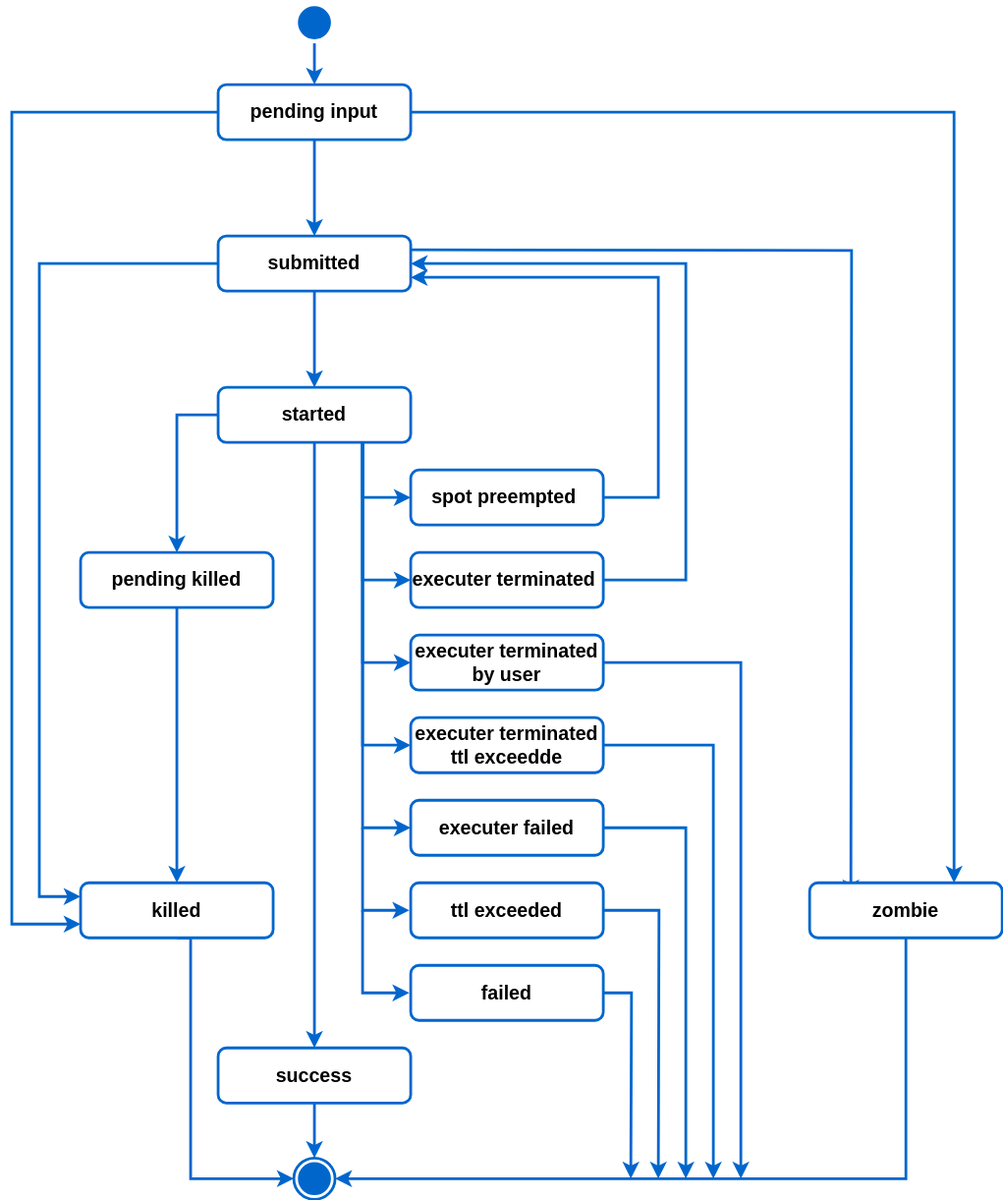
Earlier version of the draw.io export tutorials/_static/task_state.svg (inductiva/inductiva). Source tidied: cells renumbered, new cells last; positions are measured from the earlier drawing's top-left corner, leaving out a move shared by most shapes.
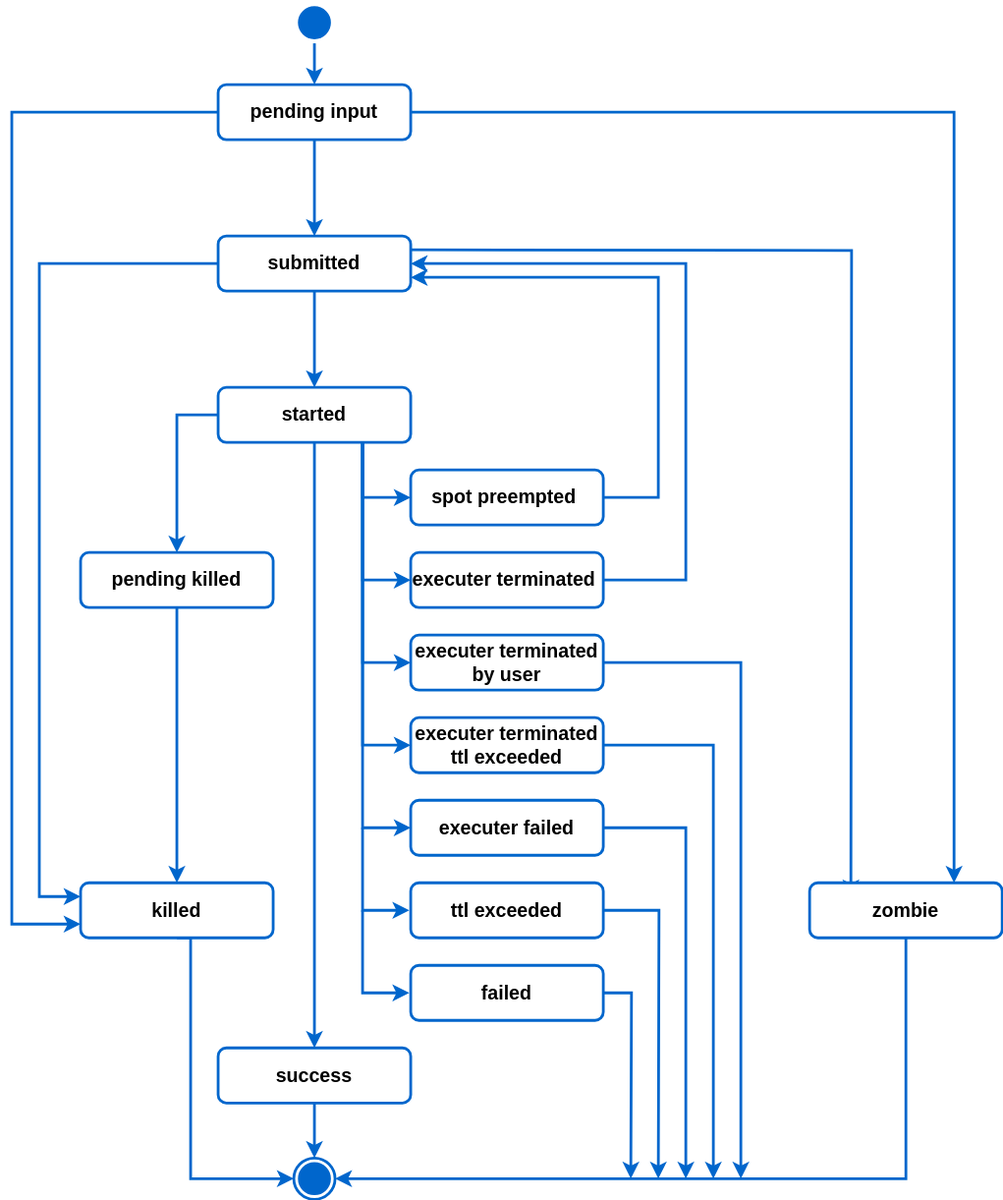
Above is the later version.

Commit message:
Fix typo in task state diagram

Diff of the diagram source:
```diff
@@ -120,7 +120,7 @@
         </Array>
       </mxGeometry>
     </mxCell>
-    <mxCell id="29" value="&lt;font style=&quot;font-size: 14px;&quot; face=&quot;Helvetica&quot;&gt;executer terminated ttl exceedde&lt;/font&gt;" style="rounded=1;whiteSpace=wrap;html=1;strokeWidth=2;strokeColor=#0066CC;fontColor=#000000;fontStyle=1;" parent="1" vertex="1">
+    <mxCell id="29" value="&lt;font style=&quot;font-size: 14px;&quot; face=&quot;Helvetica&quot;&gt;executer terminated ttl exceeded&lt;/font&gt;" style="rounded=1;whiteSpace=wrap;html=1;strokeWidth=2;strokeColor=#0066CC;fontColor=#000000;fontStyle=1;" parent="1" vertex="1">
       <mxGeometry x="290" y="520" width="140" height="40" as="geometry" />
     </mxCell>
     <mxCell id="30" style="edgeStyle=orthogonalEdgeStyle;rounded=0;jettySize=auto;html=1;exitX=0.5;exitY=1;exitDx=0;exitDy=0;entryX=0.5;entryY=0;entryDx=0;entryDy=0;strokeColor=#0066CC;strokeWidth=2;" parent="1" edge="1" source="31" target="13">
```
